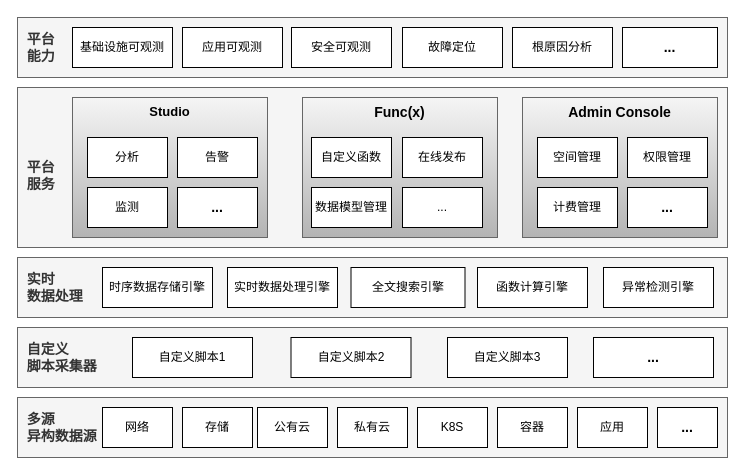
The draw.io diagram page "总体架构" (4 of 7) of shrine-doc/论文相关.drawio in easefulfil/CLOUDCARE, before the edit. Source tidied: cells renumbered, new cells numbered last; positions are measured from the earlier drawing's top-left corner, leaving out a move shared by most shapes. Both pictures are drawn from the tidied source at 100%, with x=0, y=0 at pixel (17, 17).
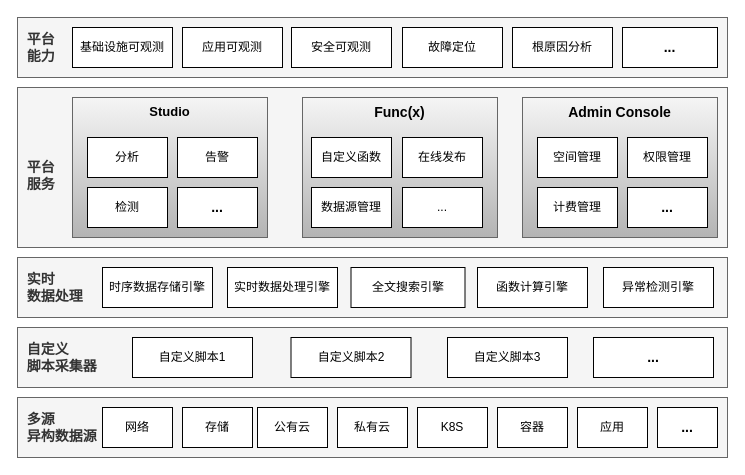
Above is the later version.

Commit message:
更新论文相关.drawio

What changed in the source:
```diff
@@
-    <mxCell id="33" value="监测" style="rounded=0;whiteSpace=wrap;html=1;" parent="1" vertex="1">
+    <mxCell id="33" value="检测" style="rounded=0;whiteSpace=wrap;html=1;" parent="1" vertex="1">
       <mxGeometry x="70" y="170" width="80" height="40" as="geometry" />
     </mxCell>
@@
-    <mxCell id="37" value="数据模型管理" style="rounded=0;whiteSpace=wrap;html=1;" parent="1" vertex="1">
+    <mxCell id="37" value="数据源管理" style="rounded=0;whiteSpace=wrap;html=1;" parent="1" vertex="1">
       <mxGeometry x="294" y="170" width="80" height="40" as="geometry" />
     </mxCell>
```
